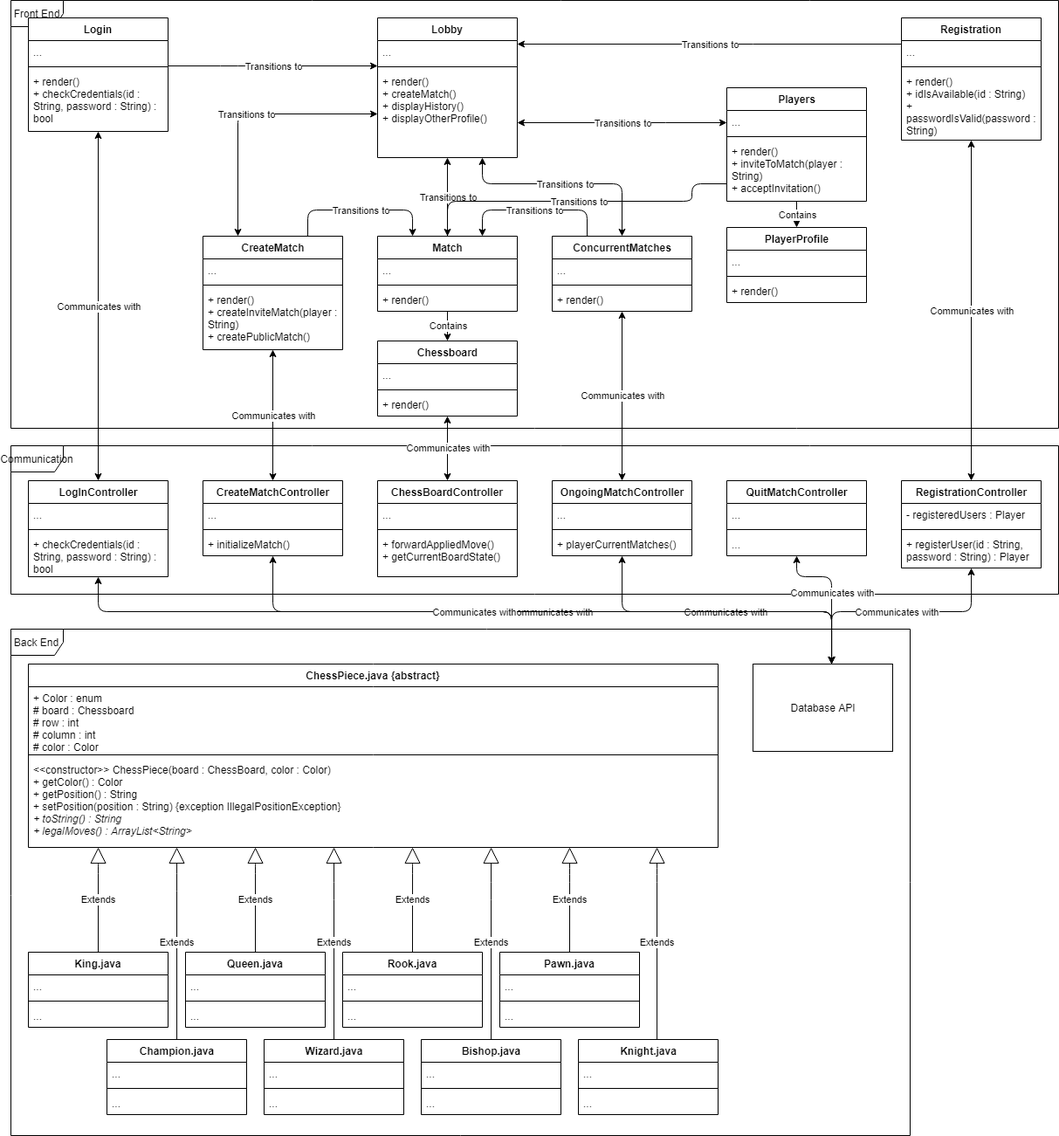
The draw.io diagram 3- Design Artifacts/P1 Class Diagram (Sep 27, 2020).png in WaterbendingToph/cs414-f20-public_class_TeamD, before a commit. Source tidied: cells renumbered, new cells last; positions are measured from the earlier drawing's top-left corner, leaving out a move shared by most shapes.
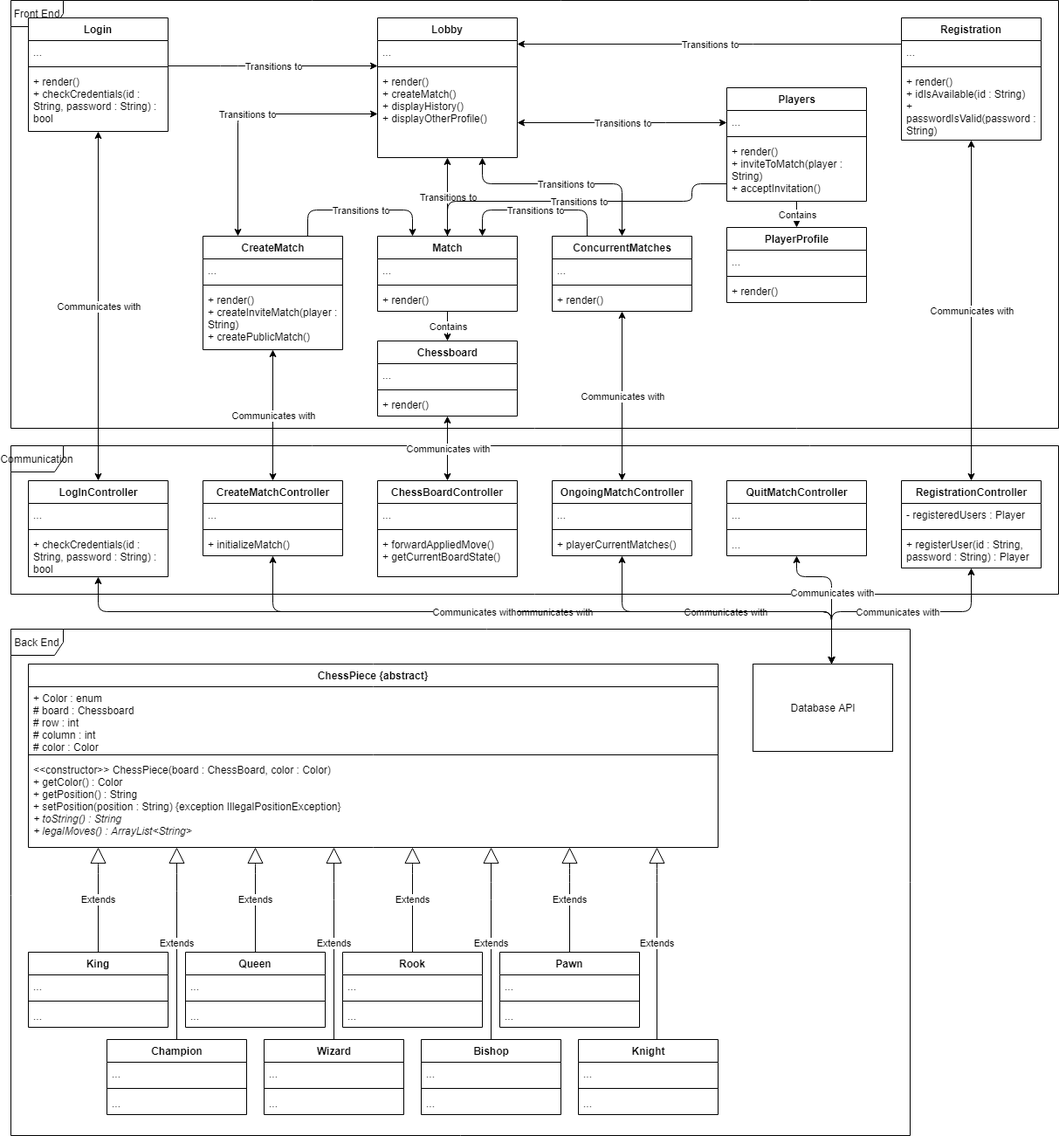
The same file after the commit.

Commit message:
remove java from diagram class names

The edit, as a diff of the source:
```diff
@@ -398,7 +398,7 @@
     <mxCell id="102" value="Communicates with" style="edgeLabel;html=1;align=center;verticalAlign=middle;" parent="101" vertex="1">
       <mxGeometry relative="1" as="geometry" />
     </mxCell>
-    <mxCell id="103" value="ChessPiece.java {abstract}" style="swimlane;fontStyle=1;align=center;verticalAlign=top;horizontal=1;startSize=26;" parent="1" vertex="1">
+    <mxCell id="103" value="ChessPiece {abstract}" style="swimlane;fontStyle=1;align=center;verticalAlign=top;horizontal=1;startSize=26;" parent="1" vertex="1">
       <mxGeometry x="20" y="760" width="790" height="210" as="geometry" />
     </mxCell>
     <mxCell id="104" value="+ Color : enum&#10;# board : Chessboard&#10;# row : int&#10;# column : int&#10;# color : Color" style="text;strokeColor=none;fillColor=none;align=left;verticalAlign=top;spacingLeft=4;spacingRight=4;overflow=hidden;" parent="103" vertex="1">
@@ -410,7 +410,7 @@
     <mxCell id="106" value="&amp;lt;&amp;lt;constructor&amp;gt;&amp;gt; ChessPiece(board : ChessBoard, color : Color)&lt;br&gt;+ getColor() : Color&lt;br&gt;+ getPosition() : String&lt;br&gt;+ setPosition(position : String) {exception IllegalPositionException}&lt;br&gt;&lt;i&gt;+ toString() : String&lt;br&gt;+ legalMoves() : ArrayList&amp;lt;String&amp;gt;&lt;/i&gt;" style="text;strokeColor=none;fillColor=none;align=left;verticalAlign=top;spacingLeft=4;spacingRight=4;overflow=hidden;fontStyle=0;html=1;" parent="103" vertex="1">
       <mxGeometry y="108" width="790" height="102" as="geometry" />
     </mxCell>
-    <mxCell id="107" value="Queen.java" style="swimlane;fontStyle=1;align=center;verticalAlign=top;horizontal=1;startSize=26;" parent="1" vertex="1">
+    <mxCell id="107" value="Queen" style="swimlane;fontStyle=1;align=center;verticalAlign=top;horizontal=1;startSize=26;" parent="1" vertex="1">
       <mxGeometry x="200" y="1090" width="160" height="86" as="geometry" />
     </mxCell>
     <mxCell id="108" value="..." style="text;strokeColor=none;fillColor=none;align=left;verticalAlign=top;spacingLeft=4;spacingRight=4;overflow=hidden;" parent="107" vertex="1">
@@ -422,7 +422,7 @@
     <mxCell id="110" value="..." style="text;strokeColor=none;fillColor=none;align=left;verticalAlign=top;spacingLeft=4;spacingRight=4;overflow=hidden;" parent="107" vertex="1">
       <mxGeometry y="60" width="160" height="26" as="geometry" />
     </mxCell>
-    <mxCell id="111" value="King.java" style="swimlane;fontStyle=1;align=center;verticalAlign=top;horizontal=1;startSize=26;" parent="1" vertex="1">
+    <mxCell id="111" value="King" style="swimlane;fontStyle=1;align=center;verticalAlign=top;horizontal=1;startSize=26;" parent="1" vertex="1">
       <mxGeometry x="20" y="1090" width="160" height="86" as="geometry" />
     </mxCell>
     <mxCell id="112" value="..." style="text;strokeColor=none;fillColor=none;align=left;verticalAlign=top;spacingLeft=4;spacingRight=4;overflow=hidden;" parent="111" vertex="1">
@@ -434,7 +434,7 @@
     <mxCell id="114" value="..." style="text;strokeColor=none;fillColor=none;align=left;verticalAlign=top;spacingLeft=4;spacingRight=4;overflow=hidden;" parent="111" vertex="1">
       <mxGeometry y="60" width="160" height="26" as="geometry" />
     </mxCell>
-    <mxCell id="115" value="Rook.java" style="swimlane;fontStyle=1;align=center;verticalAlign=top;horizontal=1;startSize=26;" parent="1" vertex="1">
+    <mxCell id="115" value="Rook" style="swimlane;fontStyle=1;align=center;verticalAlign=top;horizontal=1;startSize=26;" parent="1" vertex="1">
       <mxGeometry x="380" y="1090" width="160" height="86" as="geometry" />
     </mxCell>
     <mxCell id="116" value="..." style="text;strokeColor=none;fillColor=none;align=left;verticalAlign=top;spacingLeft=4;spacingRight=4;overflow=hidden;" parent="115" vertex="1">
@@ -446,7 +446,7 @@
     <mxCell id="118" value="..." style="text;strokeColor=none;fillColor=none;align=left;verticalAlign=top;spacingLeft=4;spacingRight=4;overflow=hidden;" parent="115" vertex="1">
       <mxGeometry y="60" width="160" height="26" as="geometry" />
     </mxCell>
-    <mxCell id="119" value="Pawn.java" style="swimlane;fontStyle=1;align=center;verticalAlign=top;horizontal=1;startSize=26;" parent="1" vertex="1">
+    <mxCell id="119" value="Pawn" style="swimlane;fontStyle=1;align=center;verticalAlign=top;horizontal=1;startSize=26;" parent="1" vertex="1">
       <mxGeometry x="560" y="1090" width="160" height="86" as="geometry" />
     </mxCell>
     <mxCell id="120" value="..." style="text;strokeColor=none;fillColor=none;align=left;verticalAlign=top;spacingLeft=4;spacingRight=4;overflow=hidden;" parent="119" vertex="1">
@@ -458,7 +458,7 @@
     <mxCell id="122" value="..." style="text;strokeColor=none;fillColor=none;align=left;verticalAlign=top;spacingLeft=4;spacingRight=4;overflow=hidden;" parent="119" vertex="1">
       <mxGeometry y="60" width="160" height="26" as="geometry" />
     </mxCell>
-    <mxCell id="123" value="Champion.java" style="swimlane;fontStyle=1;align=center;verticalAlign=top;horizontal=1;startSize=26;html=1;" parent="1" vertex="1">
+    <mxCell id="123" value="Champion" style="swimlane;fontStyle=1;align=center;verticalAlign=top;horizontal=1;startSize=26;html=1;" parent="1" vertex="1">
       <mxGeometry x="110" y="1190" width="160" height="86" as="geometry" />
     </mxCell>
     <mxCell id="124" value="..." style="text;strokeColor=none;fillColor=none;align=left;verticalAlign=top;spacingLeft=4;spacingRight=4;overflow=hidden;" parent="123" vertex="1">
@@ -470,7 +470,7 @@
     <mxCell id="126" value="..." style="text;strokeColor=none;fillColor=none;align=left;verticalAlign=top;spacingLeft=4;spacingRight=4;overflow=hidden;" parent="123" vertex="1">
       <mxGeometry y="60" width="160" height="26" as="geometry" />
     </mxCell>
-    <mxCell id="127" value="Wizard.java" style="swimlane;fontStyle=1;align=center;verticalAlign=top;horizontal=1;startSize=26;html=1;" parent="1" vertex="1">
+    <mxCell id="127" value="Wizard" style="swimlane;fontStyle=1;align=center;verticalAlign=top;horizontal=1;startSize=26;html=1;" parent="1" vertex="1">
       <mxGeometry x="290" y="1190" width="160" height="86" as="geometry" />
     </mxCell>
     <mxCell id="128" value="..." style="text;strokeColor=none;fillColor=none;align=left;verticalAlign=top;spacingLeft=4;spacingRight=4;overflow=hidden;" parent="127" vertex="1">
@@ -482,7 +482,7 @@
     <mxCell id="130" value="..." style="text;strokeColor=none;fillColor=none;align=left;verticalAlign=top;spacingLeft=4;spacingRight=4;overflow=hidden;" parent="127" vertex="1">
       <mxGeometry y="60" width="160" height="26" as="geometry" />
     </mxCell>
-    <mxCell id="131" value="Bishop.java" style="swimlane;fontStyle=1;align=center;verticalAlign=top;horizontal=1;startSize=26;html=1;" parent="1" vertex="1">
+    <mxCell id="131" value="Bishop" style="swimlane;fontStyle=1;align=center;verticalAlign=top;horizontal=1;startSize=26;html=1;" parent="1" vertex="1">
       <mxGeometry x="470" y="1190" width="160" height="86" as="geometry" />
     </mxCell>
     <mxCell id="132" value="..." style="text;strokeColor=none;fillColor=none;align=left;verticalAlign=top;spacingLeft=4;spacingRight=4;overflow=hidden;" parent="131" vertex="1">
@@ -494,7 +494,7 @@
     <mxCell id="134" value="..." style="text;strokeColor=none;fillColor=none;align=left;verticalAlign=top;spacingLeft=4;spacingRight=4;overflow=hidden;" parent="131" vertex="1">
       <mxGeometry y="60" width="160" height="26" as="geometry" />
     </mxCell>
-    <mxCell id="135" value="Knight.java" style="swimlane;fontStyle=1;align=center;verticalAlign=top;horizontal=1;startSize=26;html=1;" parent="1" vertex="1">
+    <mxCell id="135" value="Knight" style="swimlane;fontStyle=1;align=center;verticalAlign=top;horizontal=1;startSize=26;html=1;" parent="1" vertex="1">
       <mxGeometry x="650" y="1190" width="160" height="86" as="geometry" />
     </mxCell>
     <mxCell id="136" value="..." style="text;strokeColor=none;fillColor=none;align=left;verticalAlign=top;spacingLeft=4;spacingRight=4;overflow=hidden;" parent="135" vertex="1">
```
